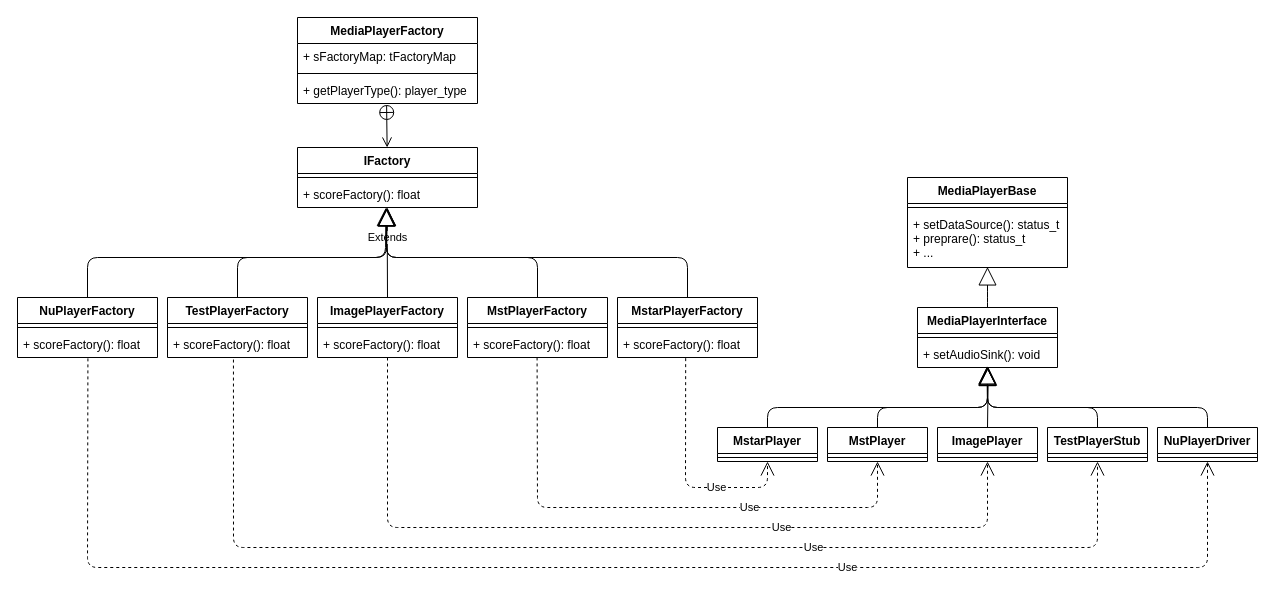
Earlier version of the draw.io diagram page "MediaPlayerFactory" (2 of 2) of drawSomething.drawio (Ritchie-Lin/items). Source tidied: cells renumbered, new cells numbered last; positions are measured from the earlier drawing's top-left corner, leaving out a move shared by most shapes. Both pictures are drawn from the tidied source at 100%, with x=0, y=0 at pixel (17, 17).
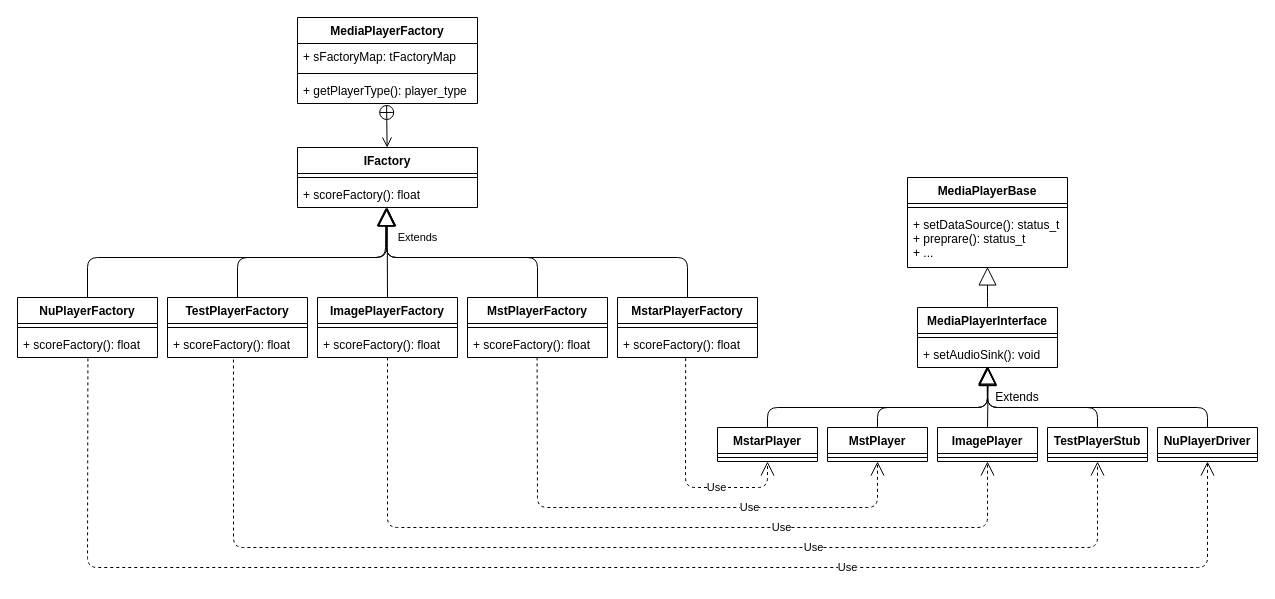
After the change.

Unchanged cells that the change refers to:
```xml
<mxCell id="8" value="+ scoreFactory(): float" style="text;strokeColor=none;fillColor=none;align=left;verticalAlign=top;spacingLeft=4;spacingRight=4;overflow=hidden;points=[[0,0.5],[1,0.5]];portConstraint=eastwest;" parent="6" vertex="1">
  <mxGeometry y="34" width="180" height="26" as="geometry" />
</mxCell>
<mxCell id="16" value="ImagePlayerFactory" style="swimlane;fontStyle=1;align=center;verticalAlign=top;horizontal=1;startSize=26;" parent="1" vertex="1">
  <mxGeometry x="300" y="280" width="140" height="60" as="geometry" />
</mxCell>
```

The edit, as a diff of the source:
```diff
@@
     <mxCell id="25" value="Extends" style="endArrow=block;endSize=16;endFill=0;html=1;entryX=0.498;entryY=1.004;entryDx=0;entryDy=0;entryPerimeter=0;exitX=0.5;exitY=0;exitDx=0;exitDy=0;" parent="1" edge="1" source="16" target="8">
-      <mxGeometry x="0.33" relative="1" as="geometry" />
+      <mxGeometry x="0.33" y="-30" relative="1" as="geometry" />
     </mxCell>
@@
+    <mxCell id="57" value="Extends" style="text;html=1;strokeColor=none;fillColor=none;align=center;verticalAlign=middle;whiteSpace=wrap;rounded=0;" parent="1" vertex="1">
+      <mxGeometry x="980" y="370" width="40" height="20" as="geometry" />
+    </mxCell>
```
